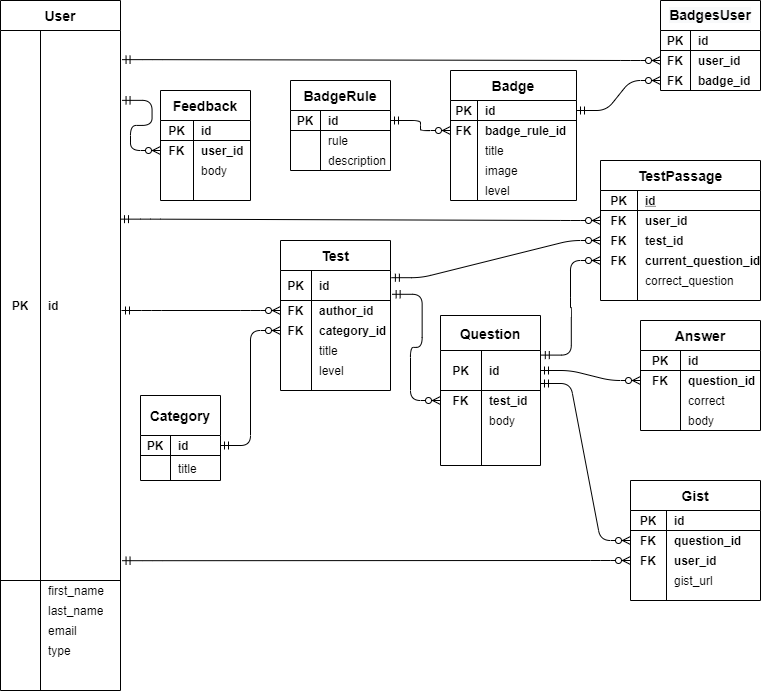
Earlier version of the draw.io export tmp/ER_model_diagram.png (svslight/test-guru). Source tidied: cells renumbered, new cells last; positions are measured from the earlier drawing's top-left corner, leaving out a move shared by most shapes.
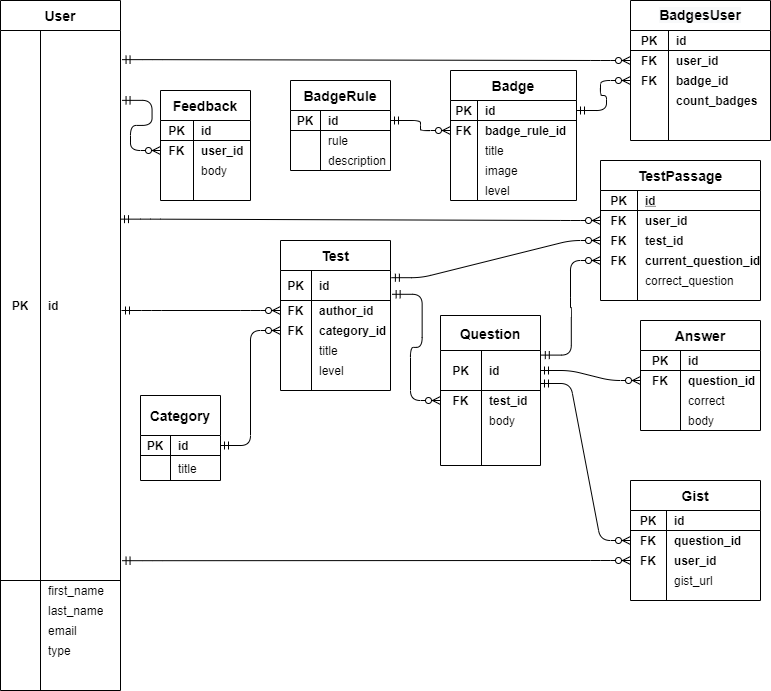
After the change.

What changed in the source:
```diff
@@ -382,35 +382,44 @@
       <mxGeometry x="30" width="70" height="20" as="geometry" />
     </mxCell>
     <mxCell id="127" value="&lt;div style=&quot;background-color: rgb(255 , 255 , 255) ; font-family: &amp;#34;consolas&amp;#34; , &amp;#34;courier new&amp;#34; , monospace ; font-weight: normal ; font-size: 13px ; line-height: 18px&quot;&gt;&lt;span style=&quot;font-family: &amp;#34;helvetica&amp;#34; ; font-size: 14px ; font-weight: 700 ; background-color: rgb(248 , 249 , 250)&quot;&gt;BadgesUser&lt;/span&gt;&lt;br&gt;&lt;/div&gt;" style="shape=table;html=1;whiteSpace=wrap;startSize=30;rowLines=0;fontStyle=1;align=center;" parent="1" vertex="1">
-      <mxGeometry x="660" width="100" height="90" as="geometry" />
+      <mxGeometry x="630" width="140" height="140" as="geometry" />
     </mxCell>
     <mxCell id="128" style="shape=partialRectangle;html=1;whiteSpace=wrap;fillColor=none;top=0;left=0;bottom=1;right=0;" parent="127" vertex="1">
-      <mxGeometry y="30" width="100" height="20" as="geometry" />
+      <mxGeometry y="30" width="140" height="20" as="geometry" />
     </mxCell>
     <mxCell id="129" value="PK" style="shape=partialRectangle;html=1;whiteSpace=wrap;fillColor=none;top=0;left=0;bottom=0;right=0;overflow=hidden;fontStyle=1;" parent="128" vertex="1">
-      <mxGeometry width="30" height="20" as="geometry" />
+      <mxGeometry width="38" height="20" as="geometry" />
     </mxCell>
     <mxCell id="130" value="id" style="shape=partialRectangle;html=1;whiteSpace=wrap;fillColor=none;top=0;left=0;bottom=0;right=0;align=left;spacingLeft=6;overflow=hidden;fontStyle=1;" parent="128" vertex="1">
-      <mxGeometry x="30" width="70" height="20" as="geometry" />
+      <mxGeometry x="38" width="102" height="20" as="geometry" />
     </mxCell>
     <mxCell id="131" style="shape=partialRectangle;html=1;whiteSpace=wrap;fillColor=none;top=0;left=0;bottom=0;right=0;points=[[0,0.5],[1,0.5]];portConstraint=eastwest;" parent="127" vertex="1">
-      <mxGeometry y="50" width="100" height="20" as="geometry" />
+      <mxGeometry y="50" width="140" height="20" as="geometry" />
     </mxCell>
     <mxCell id="132" value="FK" style="shape=partialRectangle;html=1;whiteSpace=wrap;fillColor=none;top=0;left=0;bottom=0;right=0;overflow=hidden;fontStyle=1;" parent="131" vertex="1">
-      <mxGeometry width="30" height="20" as="geometry" />
+      <mxGeometry width="38" height="20" as="geometry" />
     </mxCell>
     <mxCell id="133" value="user_id" style="shape=partialRectangle;html=1;whiteSpace=wrap;fillColor=none;top=0;left=0;bottom=0;right=0;align=left;spacingLeft=6;overflow=hidden;fontStyle=1;" parent="131" vertex="1">
-      <mxGeometry x="30" width="70" height="20" as="geometry" />
+      <mxGeometry x="38" width="102" height="20" as="geometry" />
     </mxCell>
     <mxCell id="134" style="shape=partialRectangle;html=1;whiteSpace=wrap;fillColor=none;top=0;left=0;bottom=0;right=0;points=[[0,0.5],[1,0.5]];portConstraint=eastwest;" parent="127" vertex="1">
-      <mxGeometry y="70" width="100" height="20" as="geometry" />
+      <mxGeometry y="70" width="140" height="20" as="geometry" />
     </mxCell>
     <mxCell id="135" value="FK" style="shape=partialRectangle;html=1;whiteSpace=wrap;fillColor=none;top=0;left=0;bottom=0;right=0;overflow=hidden;fontStyle=1;" parent="134" vertex="1">
-      <mxGeometry width="30" height="20" as="geometry" />
+      <mxGeometry width="38" height="20" as="geometry" />
     </mxCell>
     <mxCell id="136" value="badge_id" style="shape=partialRectangle;html=1;whiteSpace=wrap;fillColor=none;top=0;left=0;bottom=0;right=0;align=left;spacingLeft=6;overflow=hidden;fontStyle=1;" parent="134" vertex="1">
-      <mxGeometry x="30" width="70" height="20" as="geometry" />
+      <mxGeometry x="38" width="102" height="20" as="geometry" />
     </mxCell>
+    <mxCell id="153" style="shape=partialRectangle;html=1;whiteSpace=wrap;fillColor=none;top=0;left=0;bottom=0;right=0;" parent="127" vertex="1">
+      <mxGeometry y="90" width="140" height="20" as="geometry" />
+    </mxCell>
+    <mxCell id="154" style="shape=partialRectangle;html=1;whiteSpace=wrap;fillColor=none;top=0;left=0;bottom=0;right=0;overflow=hidden;fontStyle=1;" parent="153" vertex="1">
+      <mxGeometry width="38" height="20" as="geometry" />
+    </mxCell>
+    <mxCell id="155" value="count_badges" style="shape=partialRectangle;html=1;whiteSpace=wrap;fillColor=none;top=0;left=0;bottom=0;right=0;align=left;spacingLeft=6;overflow=hidden;fontStyle=1;" parent="153" vertex="1">
+      <mxGeometry x="38" width="102" height="20" as="geometry" />
+    </mxCell>
     <mxCell id="137" value="&lt;font style=&quot;font-size: 14px&quot;&gt;Badge&lt;/font&gt;" style="shape=table;html=1;whiteSpace=wrap;startSize=30;rowLines=0;fontStyle=1;align=center;" parent="1" vertex="1">
       <mxGeometry x="450" y="70" width="126" height="130" as="geometry" />
     </mxCell>
```
